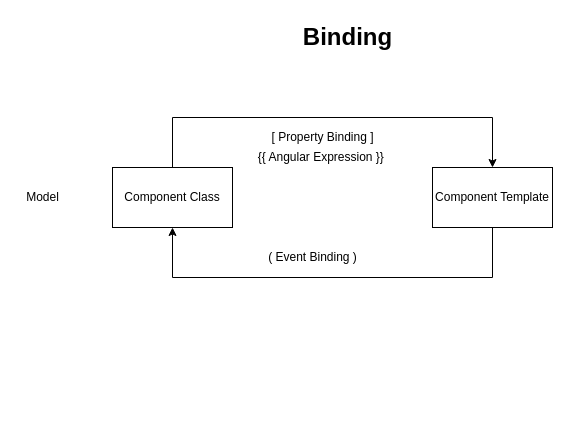
This is page "Page-4" (4 of 5) of diagrams.drawio from synergy2411/genpact-dec21, a draw.io file, before an edit. Source tidied: cells renumbered, new cells numbered last; positions are measured from the earlier drawing's top-left corner, leaving out a move shared by most shapes. Both pictures are drawn from the tidied source at 100%, with x=0, y=0 at pixel (17, 17).
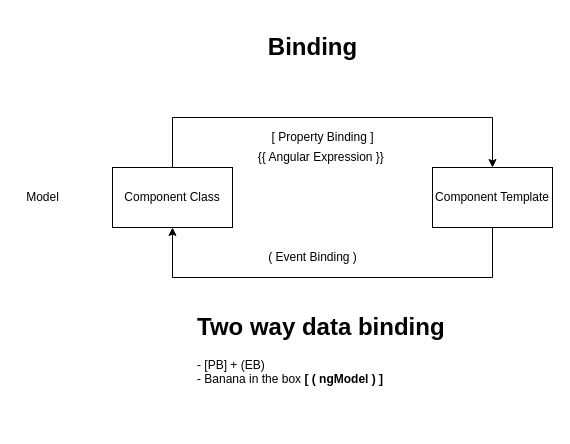
Above is the later version.

What changed in the source:
```diff
@@
 <mxGraphModel>
   <root>
     <mxCell id="0" />
     <mxCell id="1" parent="0" />
     <mxCell id="2" value="Binding" style="text;strokeColor=none;fillColor=none;html=1;fontSize=24;fontStyle=1;verticalAlign=middle;align=center;" parent="1" vertex="1">
-      <mxGeometry x="280" width="100" height="40" as="geometry" />
+      <mxGeometry x="245" y="10" width="100" height="40" as="geometry" />
     </mxCell>
     <mxCell id="3" style="edgeStyle=orthogonalEdgeStyle;rounded=0;jettySize=auto;html=1;exitX=0.5;exitY=0;exitDx=0;exitDy=0;entryX=0.5;entryY=0;entryDx=0;entryDy=0;" parent="1" edge="1" source="4" target="6">
       <mxGeometry relative="1" as="geometry">
         <Array as="points">
           <mxPoint x="155" y="100" />
           <mxPoint x="475" y="100" />
         </Array>
       </mxGeometry>
     </mxCell>
     <mxCell id="4" value="Component Class" style="rounded=0;whiteSpace=wrap;html=1;" parent="1" vertex="1">
       <mxGeometry x="95" y="150" width="120" height="60" as="geometry" />
     </mxCell>
     <mxCell id="5" style="edgeStyle=orthogonalEdgeStyle;rounded=0;jettySize=auto;html=1;exitX=0.5;exitY=1;exitDx=0;exitDy=0;entryX=0.5;entryY=1;entryDx=0;entryDy=0;" parent="1" edge="1" source="6" target="4">
       <mxGeometry relative="1" as="geometry">
         <Array as="points">
           <mxPoint x="475" y="260" />
           <mxPoint x="155" y="260" />
         </Array>
       </mxGeometry>
     </mxCell>
     <mxCell id="6" value="Component Template" style="rounded=0;whiteSpace=wrap;html=1;" parent="1" vertex="1">
       <mxGeometry x="415" y="150" width="120" height="60" as="geometry" />
     </mxCell>
     <mxCell id="7" value="Model" style="text;html=1;align=center;verticalAlign=middle;strokeColor=none;fillColor=none;" parent="1" vertex="1">
       <mxGeometry y="170" width="50" height="20" as="geometry" />
     </mxCell>
     <mxCell id="8" value="[ Property Binding ]" style="text;html=1;align=center;verticalAlign=middle;strokeColor=none;fillColor=none;" parent="1" vertex="1">
       <mxGeometry x="245" y="110" width="120" height="20" as="geometry" />
     </mxCell>
     <mxCell id="9" value="{{ Angular Expression }}&amp;nbsp;" style="text;html=1;align=center;verticalAlign=middle;strokeColor=none;fillColor=none;" parent="1" vertex="1">
       <mxGeometry x="230" y="130" width="150" height="20" as="geometry" />
     </mxCell>
     <mxCell id="10" value="( Event Binding )" style="text;html=1;align=center;verticalAlign=middle;strokeColor=none;fillColor=none;" parent="1" vertex="1">
       <mxGeometry x="245" y="230" width="100" height="20" as="geometry" />
     </mxCell>
+    <mxCell id="11" value="&lt;h1&gt;Two way data binding&lt;/h1&gt;&lt;div&gt;- [PB] + (EB)&lt;/div&gt;&lt;div&gt;- Banana in the box &lt;b&gt;[ ( ngModel ) ]&lt;/b&gt;&lt;/div&gt;" style="text;html=1;strokeColor=none;fillColor=none;spacing=5;spacingTop=-20;whiteSpace=wrap;overflow=hidden;rounded=0;" parent="1" vertex="1">
+      <mxGeometry x="175" y="290" width="330" height="120" as="geometry" />
+    </mxCell>
   </root>
 </mxGraphModel>
```
